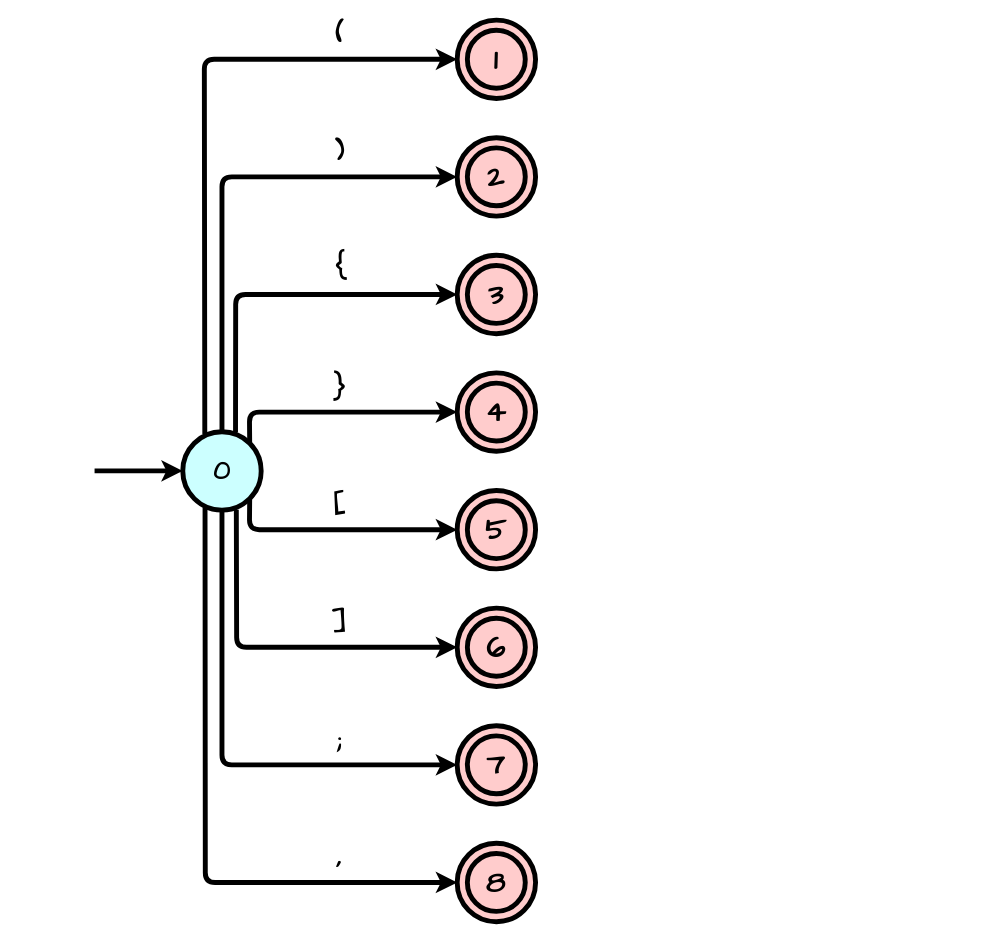
zhangbird050801/C-Compiler keeps this draw.io diagram as draw/DFA-界符.drawio. Above is the earlier version. Source tidied: cells renumbered, new cells numbered last; positions are measured from the earlier drawing's top-left corner, leaving out a move shared by most shapes. Both pictures are drawn from the tidied source at 98%, with x=0, y=0 at pixel (94, 20).
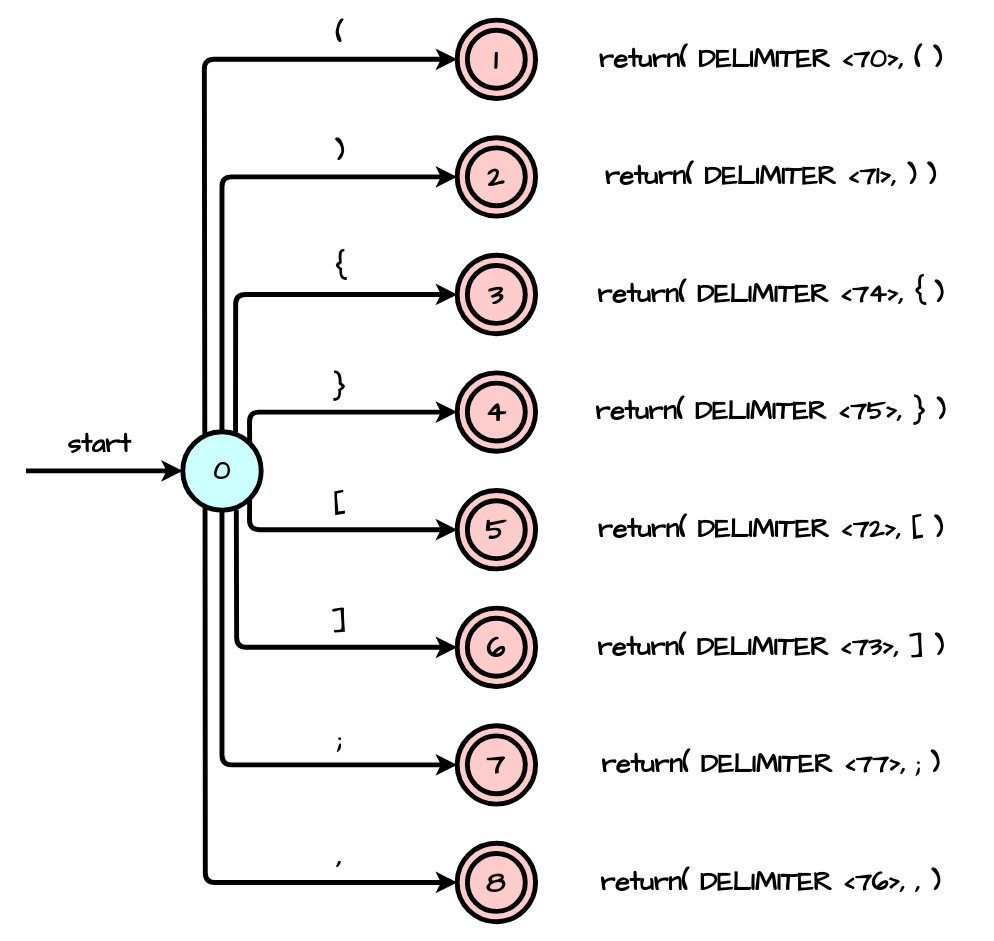
After the change.

The change refers to these unchanged cells:
```xml
<mxCell id="6" value="&lt;font face=&quot;Comic Sans MS&quot;&gt;0&lt;/font&gt;" style="ellipse;whiteSpace=wrap;html=1;strokeWidth=5;fillColor=#CCFFFF;gradientColor=none;fontSize=27;fontStyle=1;" parent="1" vertex="1">
  <mxGeometry x="90" y="420" width="80" height="80" as="geometry" />
</mxCell>
```

The edit, as a diff of the source:
```diff
@@
     <mxCell id="2" style="edgeStyle=orthogonalEdgeStyle;rounded=0;jettySize=auto;html=1;exitX=0;exitY=0.5;exitDx=0;exitDy=0;strokeWidth=5;startArrow=classic;startFill=1;endArrow=none;endFill=0;fontSize=30;" parent="1" edge="1" source="6">
       <mxGeometry relative="1" as="geometry">
-        <mxPoint y="460" as="targetPoint" />
+        <mxPoint x="-70" y="460" as="targetPoint" />
       </mxGeometry>
     </mxCell>
@@
+    <mxCell id="44" value="return( DELIMITER &amp;lt;70&amp;gt;, ( )" style="text;html=1;align=center;verticalAlign=middle;whiteSpace=wrap;rounded=0;fontFamily=Comic Sans MS;strokeWidth=5;fontSize=27;fontStyle=1;" parent="1" vertex="1">
+      <mxGeometry x="490" y="25" width="400" height="30" as="geometry" />
+    </mxCell>
+    <mxCell id="45" value="return( DELIMITER &amp;lt;71&amp;gt;, ) )" style="text;html=1;align=center;verticalAlign=middle;whiteSpace=wrap;rounded=0;fontFamily=Comic Sans MS;strokeWidth=5;fontSize=27;fontStyle=1;" parent="1" vertex="1">
+      <mxGeometry x="480" y="145" width="420" height="30" as="geometry" />
+    </mxCell>
+    <mxCell id="46" value="return( DELIMITER &amp;lt;74&amp;gt;, { )" style="text;html=1;align=center;verticalAlign=middle;whiteSpace=wrap;rounded=0;fontFamily=Comic Sans MS;strokeWidth=5;fontSize=27;fontStyle=1;" parent="1" vertex="1">
+      <mxGeometry x="480" y="265" width="420" height="30" as="geometry" />
+    </mxCell>
+    <mxCell id="47" value="return( DELIMITER &amp;lt;75&amp;gt;, } )" style="text;html=1;align=center;verticalAlign=middle;whiteSpace=wrap;rounded=0;fontFamily=Comic Sans MS;strokeWidth=5;fontSize=27;fontStyle=1;" parent="1" vertex="1">
+      <mxGeometry x="480" y="385" width="420" height="30" as="geometry" />
+    </mxCell>
+    <mxCell id="48" value="return( DELIMITER &amp;lt;72&amp;gt;, [ )" style="text;html=1;align=center;verticalAlign=middle;whiteSpace=wrap;rounded=0;fontFamily=Comic Sans MS;strokeWidth=5;fontSize=27;fontStyle=1;" parent="1" vertex="1">
+      <mxGeometry x="480" y="505" width="420" height="30" as="geometry" />
+    </mxCell>
+    <mxCell id="49" value="return( DELIMITER &amp;lt;73&amp;gt;, ] )" style="text;html=1;align=center;verticalAlign=middle;whiteSpace=wrap;rounded=0;fontFamily=Comic Sans MS;strokeWidth=5;fontSize=27;fontStyle=1;" parent="1" vertex="1">
+      <mxGeometry x="480" y="625" width="420" height="30" as="geometry" />
+    </mxCell>
+    <mxCell id="50" value="return( DELIMITER &amp;lt;77&amp;gt;, ; )" style="text;html=1;align=center;verticalAlign=middle;whiteSpace=wrap;rounded=0;fontFamily=Comic Sans MS;strokeWidth=5;fontSize=27;fontStyle=1;" parent="1" vertex="1">
+      <mxGeometry x="480" y="745" width="420" height="30" as="geometry" />
+    </mxCell>
+    <mxCell id="51" value="return( DELIMITER &amp;lt;76&amp;gt;, , )" style="text;html=1;align=center;verticalAlign=middle;whiteSpace=wrap;rounded=0;fontFamily=Comic Sans MS;strokeWidth=5;fontSize=27;fontStyle=1;" parent="1" vertex="1">
+      <mxGeometry x="480" y="865" width="420" height="30" as="geometry" />
+    </mxCell>
+    <mxCell id="52" value="start" style="text;html=1;align=center;verticalAlign=middle;whiteSpace=wrap;rounded=0;fontFamily=Comic Sans MS;strokeWidth=5;fontSize=27;fontStyle=1;" parent="1" vertex="1">
+      <mxGeometry x="-40" y="420" width="90" height="25" as="geometry" />
+    </mxCell>
```
